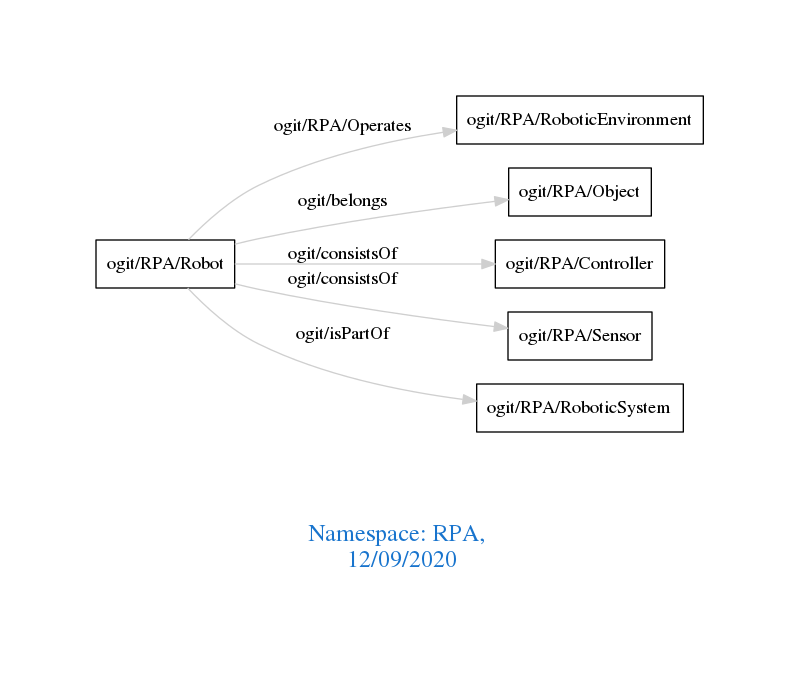
This is downloads/RPA.png from arago/OGIT, a Graphviz export, as it was before one commit. Its source is kept beside it as downloads/RPA.dot.
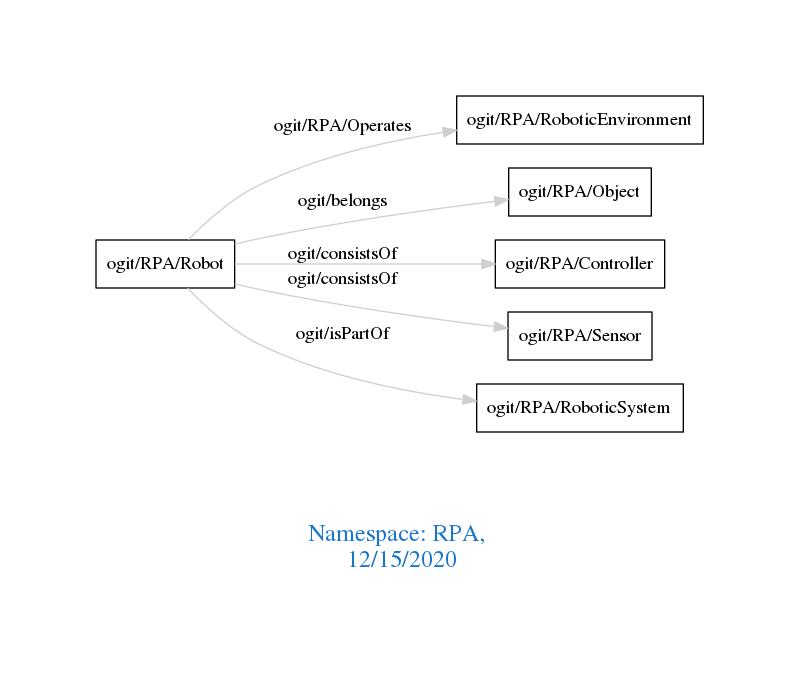
After the commit.

Diff of the diagram source:
```diff
@@ -1,7 +1,7 @@
 digraph OGIT_ontology {
  graph [ rankdir= LR,pad=1
 fontsize = 18,
-fontcolor= dodgerblue3,label = "\n\n\nNamespace: RPA, \n 12/09/2020"];
+fontcolor= dodgerblue3,label = "\n\n\nNamespace: RPA, \n 12/15/2020"];
 node[shape=polygon];
 edge [  color="gray81"];
 
```
